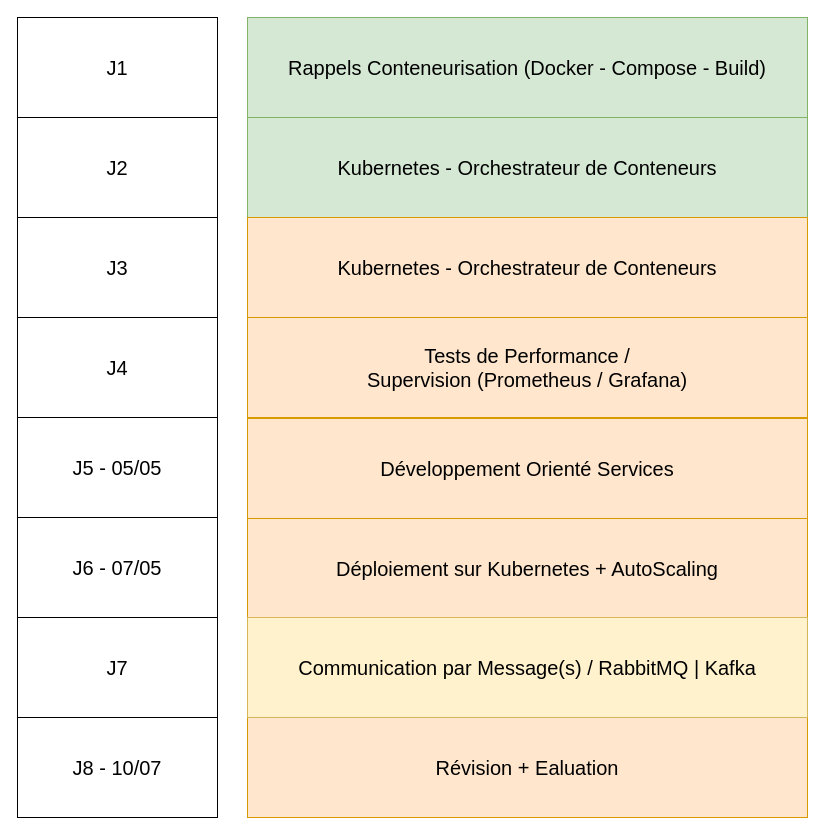
Earlier version of the draw.io diagram page "planning" (1 of 9) of planning.drawio (argonaultes-education/hexagone-3b-3INSI-2026). Source tidied: cells renumbered, new cells numbered last; positions are measured from the earlier drawing's top-left corner, leaving out a move shared by most shapes. Both pictures are drawn from the tidied source at 100%, with x=0, y=0 at pixel (17, 17).
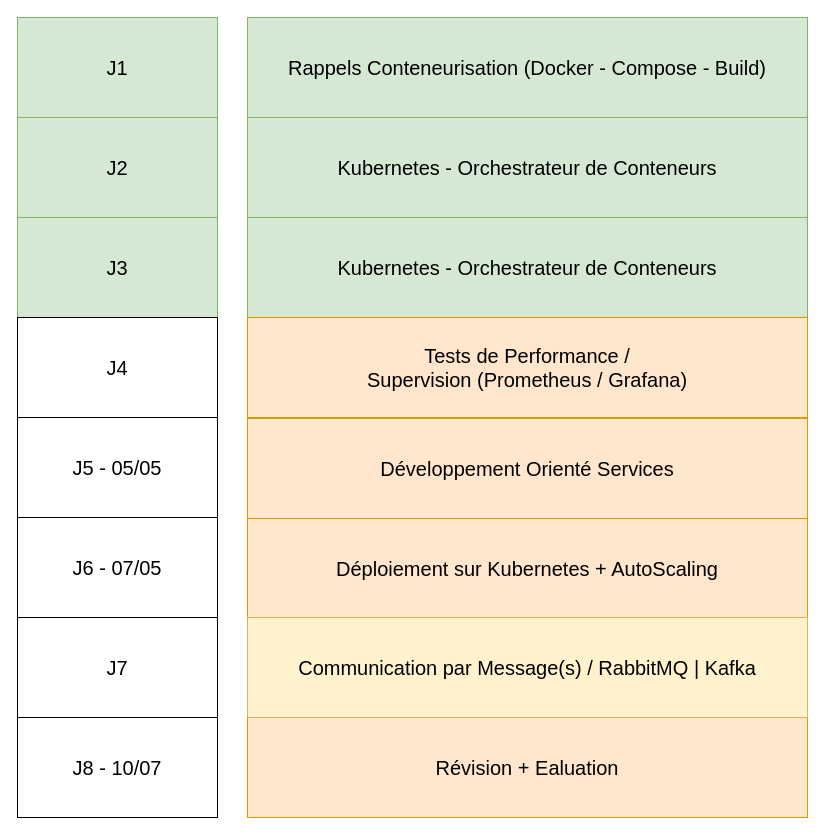
The same diagram, later.

Commit message (it also covers changes not shown here):
add volume to crm

The edit, as a diff of the source:
```diff
@@
 <mxGraphModel>
   <root>
     <mxCell id="0" />
     <mxCell id="1" parent="0" />
-    <mxCell id="2" value="J1" style="rounded=0;whiteSpace=wrap;html=1;fontSize=20;" parent="1" vertex="1">
+    <mxCell id="2" value="J1" style="rounded=0;whiteSpace=wrap;html=1;fontSize=20;fillColor=#d5e8d4;strokeColor=#82b366;" parent="1" vertex="1">
       <mxGeometry width="200" height="100" as="geometry" />
     </mxCell>
-    <mxCell id="3" value="J2" style="rounded=0;whiteSpace=wrap;html=1;fontSize=20;" parent="1" vertex="1">
+    <mxCell id="3" value="J2" style="rounded=0;whiteSpace=wrap;html=1;fontSize=20;fillColor=#d5e8d4;strokeColor=#82b366;" parent="1" vertex="1">
       <mxGeometry y="100" width="200" height="100" as="geometry" />
     </mxCell>
-    <mxCell id="4" value="J3" style="rounded=0;whiteSpace=wrap;html=1;fontSize=20;" parent="1" vertex="1">
+    <mxCell id="4" value="J3" style="rounded=0;whiteSpace=wrap;html=1;fontSize=20;fillColor=#d5e8d4;strokeColor=#82b366;" parent="1" vertex="1">
       <mxGeometry y="200" width="200" height="100" as="geometry" />
     </mxCell>
     <mxCell id="5" value="J4" style="rounded=0;whiteSpace=wrap;html=1;fontSize=20;" parent="1" vertex="1">
       <mxGeometry y="300" width="200" height="100" as="geometry" />
     </mxCell>
     <mxCell id="6" value="J5 - 05/05" style="rounded=0;whiteSpace=wrap;html=1;fontSize=20;" parent="1" vertex="1">
       <mxGeometry y="400" width="200" height="100" as="geometry" />
     </mxCell>
     <mxCell id="7" value="J6 - 07/05" style="rounded=0;whiteSpace=wrap;html=1;fontSize=20;" parent="1" vertex="1">
       <mxGeometry y="500" width="200" height="100" as="geometry" />
     </mxCell>
     <mxCell id="8" value="J7" style="rounded=0;whiteSpace=wrap;html=1;fontSize=20;" parent="1" vertex="1">
       <mxGeometry y="600" width="200" height="100" as="geometry" />
     </mxCell>
     <mxCell id="9" value="J8 - 10/07" style="rounded=0;whiteSpace=wrap;html=1;fontSize=20;" parent="1" vertex="1">
       <mxGeometry y="700" width="200" height="100" as="geometry" />
     </mxCell>
     <mxCell id="10" value="Rappels Conteneurisation (Docker - Compose - Build)" style="rounded=0;whiteSpace=wrap;html=1;fontSize=20;fillColor=#d5e8d4;strokeColor=#82b366;" parent="1" vertex="1">
       <mxGeometry x="230" width="560" height="100" as="geometry" />
     </mxCell>
     <mxCell id="11" value="Kubernetes - Orchestrateur de Conteneurs" style="rounded=0;whiteSpace=wrap;html=1;fontSize=20;fillColor=#d5e8d4;strokeColor=#82b366;" parent="1" vertex="1">
       <mxGeometry x="230" y="100" width="560" height="100" as="geometry" />
     </mxCell>
-    <mxCell id="12" value="Kubernetes - Orchestrateur de Conteneurs" style="rounded=0;whiteSpace=wrap;html=1;fontSize=20;fillColor=#ffe6cc;strokeColor=#d79b00;" parent="1" vertex="1">
+    <mxCell id="12" value="Kubernetes - Orchestrateur de Conteneurs" style="rounded=0;whiteSpace=wrap;html=1;fontSize=20;fillColor=#d5e8d4;strokeColor=#82b366;" parent="1" vertex="1">
       <mxGeometry x="230" y="200" width="560" height="100" as="geometry" />
     </mxCell>
     <mxCell id="13" value="Tests de Performance /&lt;div&gt;Supervision (Prometheus / Grafana)&lt;/div&gt;" style="rounded=0;whiteSpace=wrap;html=1;fontSize=20;fillColor=#ffe6cc;strokeColor=#d79b00;" parent="1" vertex="1">
       <mxGeometry x="230" y="300" width="560" height="100" as="geometry" />
     </mxCell>
     <mxCell id="14" value="Développement Orienté Services" style="rounded=0;whiteSpace=wrap;html=1;fontSize=20;fillColor=#ffe6cc;strokeColor=#d79b00;" parent="1" vertex="1">
       <mxGeometry x="230" y="401" width="560" height="100" as="geometry" />
     </mxCell>
     <mxCell id="15" value="Déploiement sur Kubernetes + AutoScaling" style="rounded=0;whiteSpace=wrap;html=1;fontSize=20;fillColor=#ffe6cc;strokeColor=#d79b00;" parent="1" vertex="1">
       <mxGeometry x="230" y="501" width="560" height="100" as="geometry" />
     </mxCell>
     <mxCell id="16" value="Révision + Ealuation" style="rounded=0;whiteSpace=wrap;html=1;fontSize=20;fillColor=#ffe6cc;strokeColor=#d79b00;" parent="1" vertex="1">
       <mxGeometry x="230" y="700" width="560" height="100" as="geometry" />
     </mxCell>
     <mxCell id="17" value="Communication par Message(s) / RabbitMQ | Kafka" style="rounded=0;whiteSpace=wrap;html=1;fontSize=20;fillColor=#fff2cc;strokeColor=#d6b656;" parent="1" vertex="1">
       <mxGeometry x="230" y="600" width="560" height="100" as="geometry" />
     </mxCell>
   </root>
 </mxGraphModel>
```
